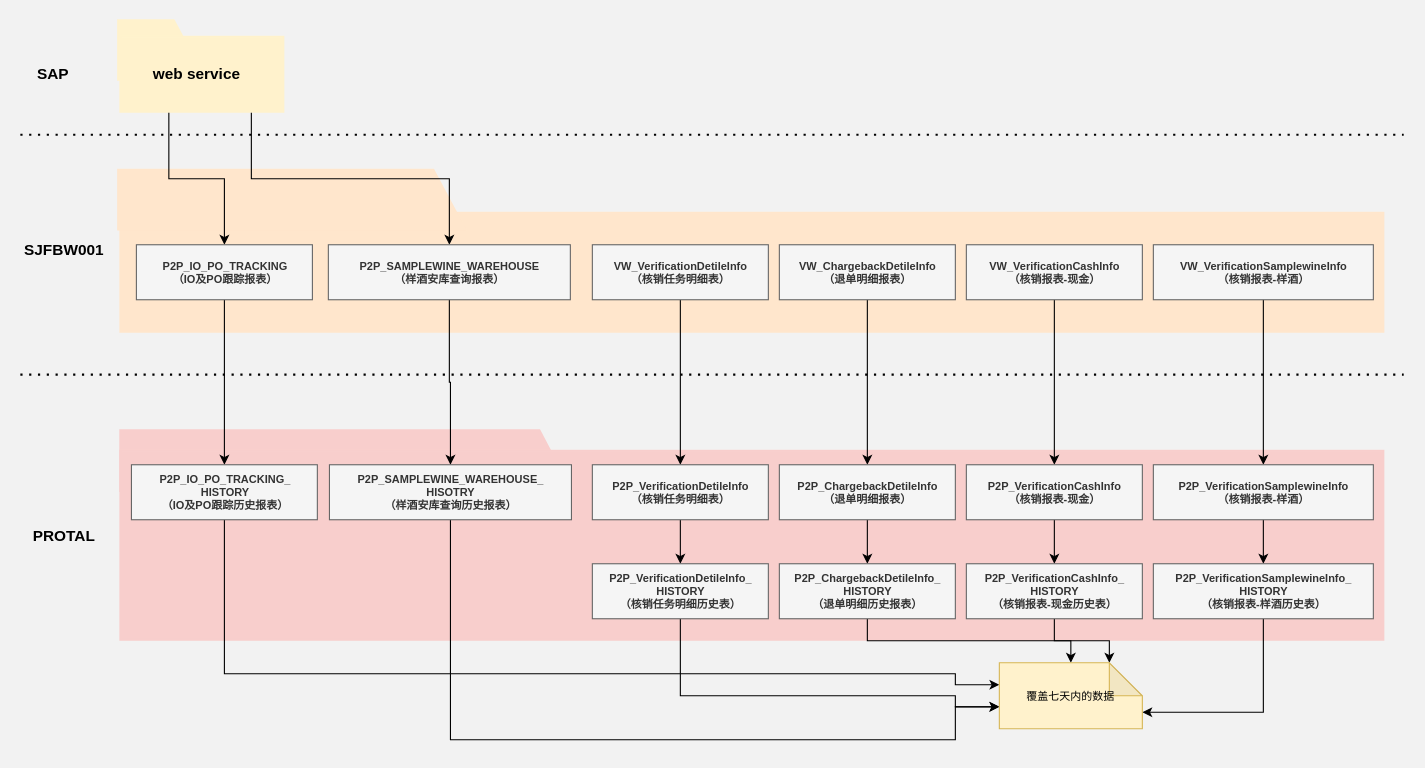
ztacode/drawio keeps this draw.io diagram as Untitled Diagram.drawio. Above is the earlier version. Source tidied: cells renumbered, new cells numbered last; positions are measured from the earlier drawing's top-left corner, leaving out a move shared by most shapes. Both pictures are drawn from the tidied source at 110%, with x=0, y=0 at pixel (20, 4).
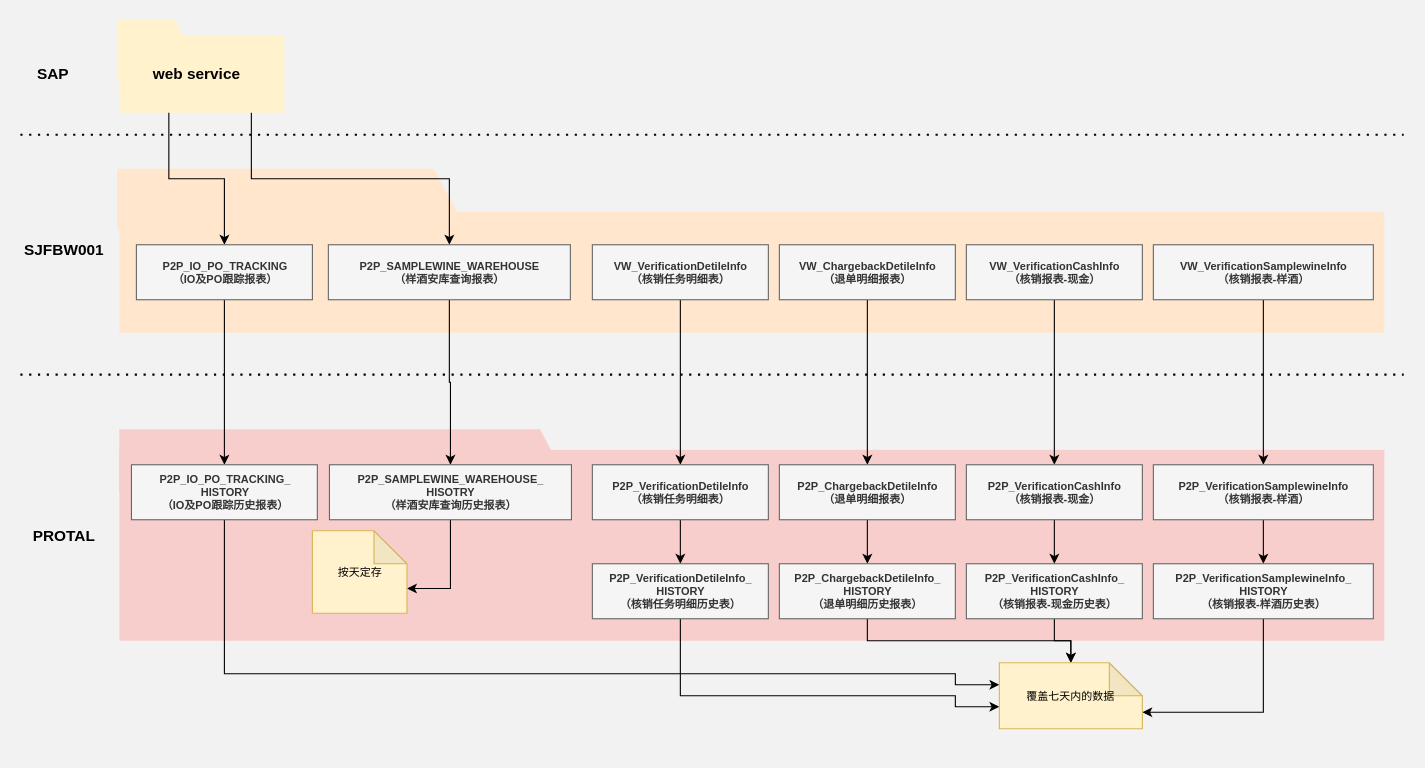
Above is the later version.

The change refers to these unchanged cells:
```xml
<mxCell id="39" value="P2P_SAMPLEWINE_WAREHOUSE_&lt;br&gt;HISOTRY&lt;br&gt;（样酒安库查询历史报表）" style="text;html=1;fontSize=10;fontStyle=1;verticalAlign=middle;align=center;rounded=0;shadow=0;sketch=0;arcSize=12;strokeWidth=1;fillColor=#f5f5f5;strokeColor=#666666;fontColor=#333333;" parent="1" vertex="1">
  <mxGeometry x="281" y="418" width="220" height="50" as="geometry" />
</mxCell>
<mxCell id="45" value="P2P_VerificationCashInfo_&lt;br&gt;HISTORY&lt;br&gt;（核销报表-现金历史表）" style="text;strokeColor=#666666;fillColor=#f5f5f5;html=1;fontSize=10;fontStyle=1;verticalAlign=middle;align=center;rounded=0;shadow=0;sketch=0;arcSize=12;strokeWidth=1;fontColor=#333333;" parent="1" vertex="1">
  <mxGeometry x="860" y="508" width="160" height="50" as="geometry" />
</mxCell>
<mxCell id="48" value="覆盖七天内的数据" style="shape=note;whiteSpace=wrap;html=1;backgroundOutline=1;darkOpacity=0.05;rounded=0;shadow=0;sketch=0;fontSize=10;strokeColor=#d6b656;strokeWidth=1;fillColor=#fff2cc;" parent="1" vertex="1">
  <mxGeometry x="890" y="598" width="130" height="60" as="geometry" />
</mxCell>
```

Diff of the diagram source:
```diff
@@
-    <mxCell id="38" style="edgeStyle=orthogonalEdgeStyle;rounded=0;jettySize=auto;html=1;exitX=0.5;exitY=1;exitDx=0;exitDy=0;entryX=0;entryY=0.668;entryDx=0;entryDy=0;entryPerimeter=0;fontSize=10;" parent="1" edge="1" source="39" target="48">
-      <mxGeometry relative="1" as="geometry">
-        <Array as="points">
-          <mxPoint x="391" y="668" />
-          <mxPoint x="850" y="668" />
-          <mxPoint x="850" y="638" />
-        </Array>
-      </mxGeometry>
-    </mxCell>
+    <mxCell id="49" style="edgeStyle=orthogonalEdgeStyle;rounded=0;jettySize=auto;html=1;exitX=0.5;exitY=1;exitDx=0;exitDy=0;entryX=0;entryY=0;entryDx=86;entryDy=52.5;entryPerimeter=0;fontSize=10;" parent="1" edge="1" source="39" target="50">
+      <mxGeometry relative="1" as="geometry" />
+    </mxCell>
@@
-    <mxCell id="44" style="edgeStyle=orthogonalEdgeStyle;rounded=0;jettySize=auto;html=1;exitX=0.5;exitY=1;exitDx=0;exitDy=0;entryX=0;entryY=0;entryDx=100;entryDy=0;entryPerimeter=0;fontSize=10;" parent="1" edge="1" source="45" target="48">
-      <mxGeometry relative="1" as="geometry" />
+    <mxCell id="44" style="edgeStyle=orthogonalEdgeStyle;rounded=0;jettySize=auto;html=1;exitX=0.5;exitY=1;exitDx=0;exitDy=0;entryX=0.5;entryY=0;entryDx=0;entryDy=0;entryPerimeter=0;fontSize=10;" parent="1" edge="1" source="45" target="48">
+      <mxGeometry relative="1" as="geometry">
+        <Array as="points">
+          <mxPoint x="940" y="578" />
+          <mxPoint x="955" y="578" />
+        </Array>
+      </mxGeometry>
     </mxCell>
@@
+    <mxCell id="50" value="按天定存" style="shape=note;whiteSpace=wrap;html=1;backgroundOutline=1;darkOpacity=0.05;rounded=0;shadow=0;sketch=0;fontSize=10;strokeColor=#d6b656;strokeWidth=1;fillColor=#fff2cc;" parent="1" vertex="1">
+      <mxGeometry x="265.5" y="478" width="86" height="75" as="geometry" />
+    </mxCell>
```
